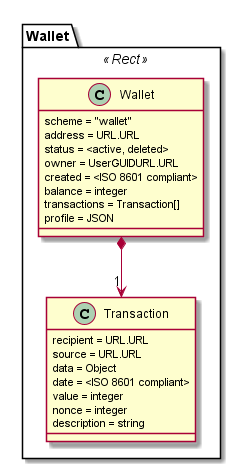
The PlantUML diagram datamodel/data-objects/wallet/Wallet-Data-Object-Model.png in reTHINK-project/specs, before a commit.
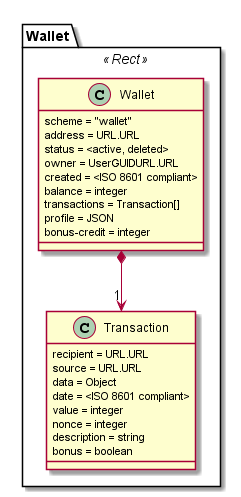
The same diagram one commit later.

Commit message:
added fields to wallet and ecommerce items  model to support bonus transactions

Change to the diagram source:
```diff
@@ -11,6 +11,7 @@
 		balance = integer
 		transactions = Transaction[]
 		profile = JSON
+		bonus-credit = integer
 	}
 
 	class Transaction {
@@ -21,6 +22,7 @@
     value = integer
     nonce = integer
 		description = string
+		bonus = boolean
 	}
 
 	}
```
